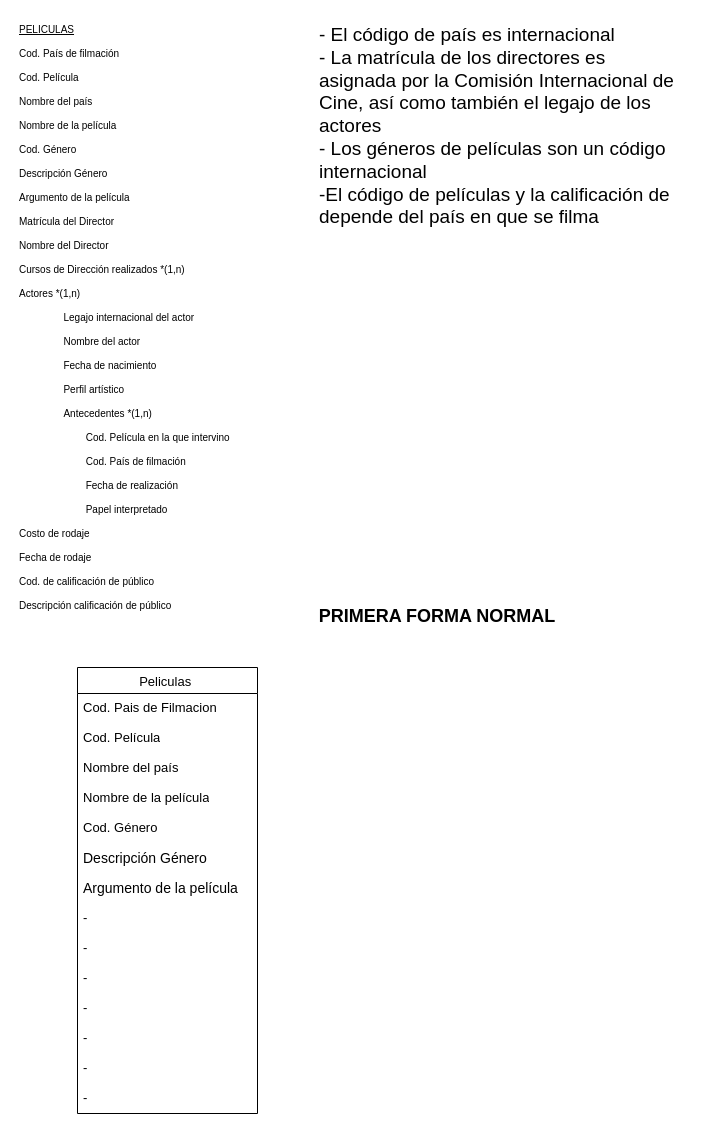
Before: DiagrapaPeliculas.drawio in Jose-AA/TP-PELICULAS-BASE-DE-DATOS, a draw.io diagram. Source tidied: cells renumbered, new cells numbered last; positions are measured from the earlier drawing's top-left corner, leaving out a move shared by most shapes. Both pictures are drawn from the tidied source at 100%, with x=0, y=0 at pixel (17, 17).
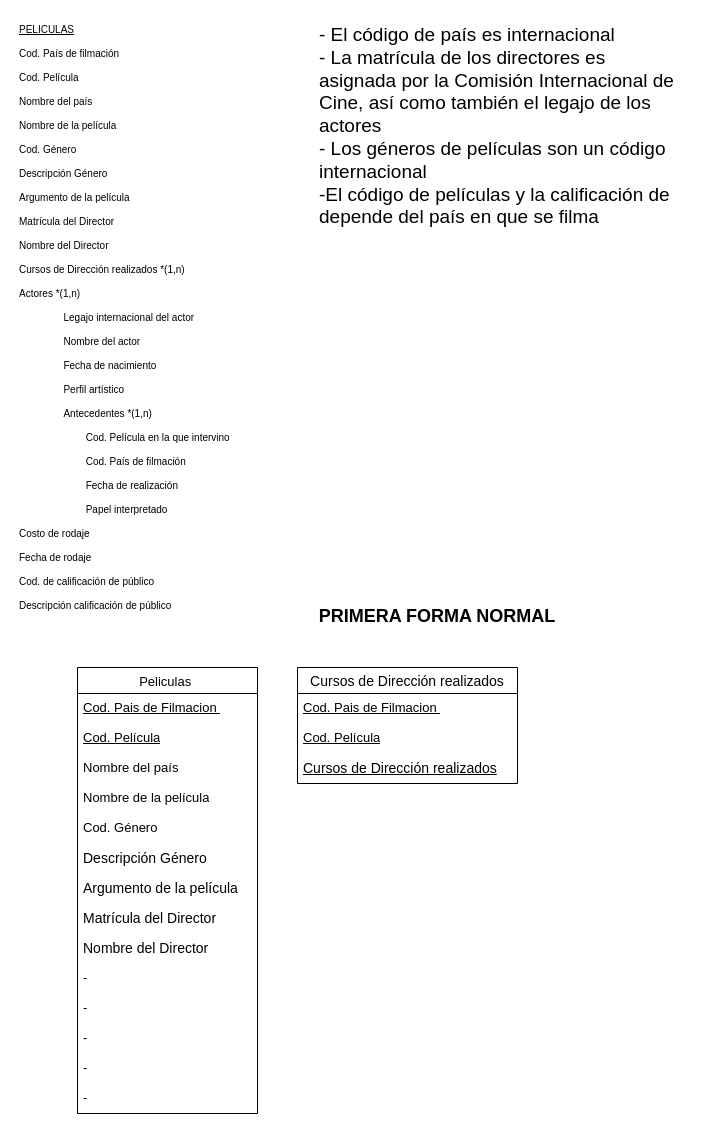
The same diagram, later.

Commit message:
cursos de direccion realizacion 1fn

The change refers to these unchanged cells:
```xml
<mxCell id="2" value="Peliculas " style="swimlane;fontStyle=0;horizontal=1;startSize=26;align=center;fontSize=13;" parent="1" vertex="1">
  <mxGeometry x="60" y="650" width="180" height="446" as="geometry" />
</mxCell>
```

The edit, as a diff of the source:
```diff
@@
-    <mxCell id="3" value="&lt;div style=&quot;font-size: 13px;&quot;&gt;Cod. Pais de Filmacion&amp;nbsp;&lt;/div&gt;" style="text;strokeColor=none;fillColor=none;spacingLeft=4;spacingRight=4;overflow=hidden;fontSize=13;whiteSpace=wrap;html=1;" parent="2" vertex="1">
+    <mxCell id="3" value="&lt;div style=&quot;font-size: 13px;&quot;&gt;&lt;u&gt;Cod. Pais de Filmacion&amp;nbsp;&lt;/u&gt;&lt;/div&gt;" style="text;strokeColor=none;fillColor=none;spacingLeft=4;spacingRight=4;overflow=hidden;fontSize=13;whiteSpace=wrap;html=1;" parent="2" vertex="1">
       <mxGeometry y="26" width="180" height="30" as="geometry" />
     </mxCell>
-    <mxCell id="4" value="&lt;span style=&quot;font-size: 13px;&quot;&gt;Cod. Película&lt;/span&gt;" style="text;strokeColor=none;fillColor=none;spacingLeft=4;spacingRight=4;overflow=hidden;fontSize=13;whiteSpace=wrap;html=1;" parent="2" vertex="1">
+    <mxCell id="4" value="&lt;span style=&quot;font-size: 13px;&quot;&gt;&lt;u&gt;Cod. Película&lt;/u&gt;&lt;/span&gt;" style="text;strokeColor=none;fillColor=none;spacingLeft=4;spacingRight=4;overflow=hidden;fontSize=13;whiteSpace=wrap;html=1;" parent="2" vertex="1">
       <mxGeometry y="56" width="180" height="30" as="geometry" />
     </mxCell>
@@
-    <mxCell id="10" value="&lt;span style=&quot;font-size: 13px;&quot;&gt;-&lt;/span&gt;" style="text;strokeColor=none;fillColor=none;spacingLeft=4;spacingRight=4;overflow=hidden;fontSize=13;whiteSpace=wrap;html=1;" parent="2" vertex="1">
+    <mxCell id="10" value="&lt;font style=&quot;font-size: 14px;&quot;&gt;Matrícula del Director&lt;/font&gt;" style="text;strokeColor=none;fillColor=none;spacingLeft=4;spacingRight=4;overflow=hidden;fontSize=13;whiteSpace=wrap;html=1;" parent="2" vertex="1">
       <mxGeometry y="236" width="180" height="30" as="geometry" />
     </mxCell>
-    <mxCell id="11" value="&lt;span style=&quot;font-size: 13px;&quot;&gt;-&lt;/span&gt;" style="text;strokeColor=none;fillColor=none;spacingLeft=4;spacingRight=4;overflow=hidden;fontSize=13;whiteSpace=wrap;html=1;" parent="2" vertex="1">
+    <mxCell id="11" value="&lt;font style=&quot;font-size: 14px;&quot;&gt;Nombre del Director&lt;/font&gt;" style="text;strokeColor=none;fillColor=none;spacingLeft=4;spacingRight=4;overflow=hidden;fontSize=13;whiteSpace=wrap;html=1;" parent="2" vertex="1">
       <mxGeometry y="266" width="180" height="30" as="geometry" />
     </mxCell>
@@
+    <mxCell id="20" value="Cursos de Dirección realizados" style="swimlane;fontStyle=0;horizontal=1;startSize=26;align=center;fontSize=14;" parent="1" vertex="1">
+      <mxGeometry x="280" y="650" width="220" height="116" as="geometry" />
+    </mxCell>
+    <mxCell id="21" value="&lt;u style=&quot;font-size: 13px;&quot;&gt;Cod. Pais de Filmacion&amp;nbsp;&lt;/u&gt;" style="text;strokeColor=none;fillColor=none;spacingLeft=4;spacingRight=4;overflow=hidden;fontSize=12;whiteSpace=wrap;html=1;" parent="20" vertex="1">
+      <mxGeometry y="26" width="220" height="30" as="geometry" />
+    </mxCell>
+    <mxCell id="22" value="&lt;u style=&quot;font-size: 13px;&quot;&gt;Cod. Película&lt;/u&gt;" style="text;strokeColor=none;fillColor=none;spacingLeft=4;spacingRight=4;overflow=hidden;fontSize=12;whiteSpace=wrap;html=1;" parent="20" vertex="1">
+      <mxGeometry y="56" width="220" height="30" as="geometry" />
+    </mxCell>
+    <mxCell id="23" value="&lt;span style=&quot;font-size: 14px; text-align: center; text-wrap: nowrap;&quot;&gt;&lt;u&gt;Cursos de Dirección realizados&lt;/u&gt;&lt;/span&gt;" style="text;strokeColor=none;fillColor=none;spacingLeft=4;spacingRight=4;overflow=hidden;fontSize=12;whiteSpace=wrap;html=1;" parent="20" vertex="1">
+      <mxGeometry y="86" width="220" height="30" as="geometry" />
+    </mxCell>
```
